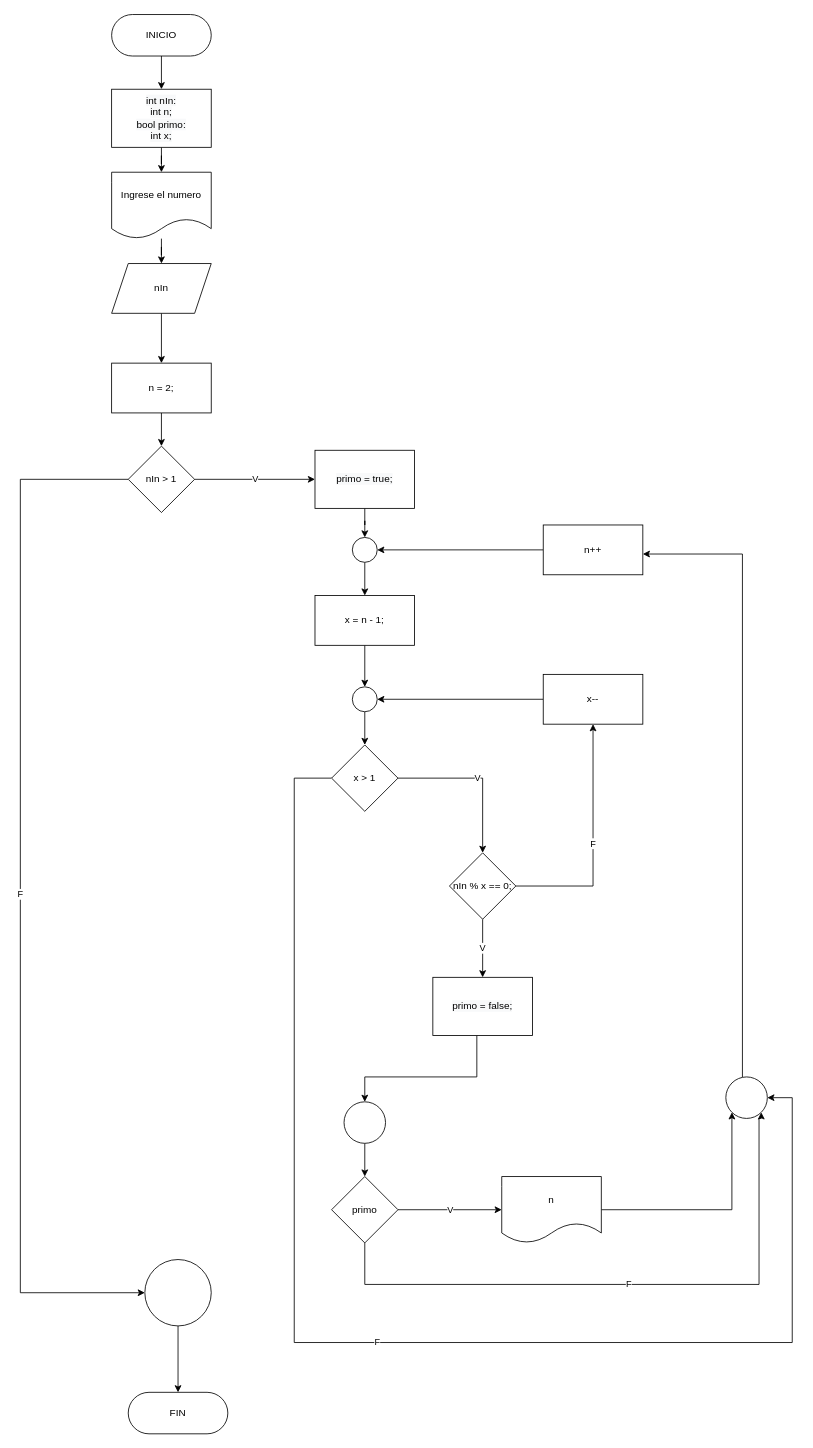
Before: Trabajo Práctico Número 1 - Algoritmos y DF/Diagramas/Ejercicio 09.drawio in Fran2109/Algoritmos_y_Estructuras_de_Datos, a draw.io diagram. Source tidied: cells renumbered, new cells numbered last; positions are measured from the earlier drawing's top-left corner, leaving out a move shared by most shapes. Both pictures are drawn from the tidied source at 83%, with x=0, y=0 at pixel (20, 14).
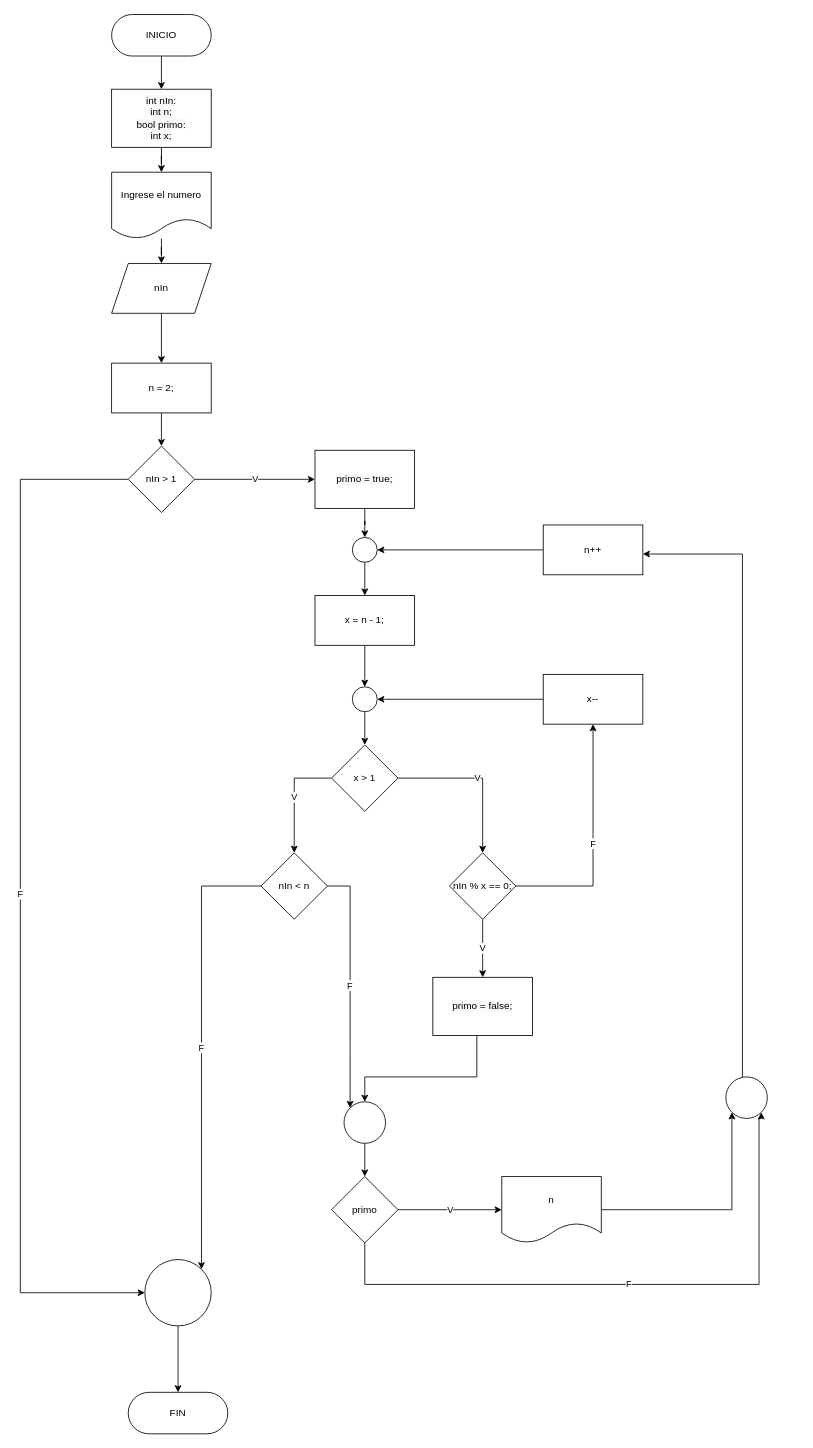
After the change.

Unchanged cells that the change refers to:
```xml
<mxCell id="20" value="x &amp;gt; 1" style="rhombus;whiteSpace=wrap;html=1;" parent="1" vertex="1">
  <mxGeometry x="375" y="880" width="80" height="80" as="geometry" />
</mxCell>
<mxCell id="36" style="ellipse;whiteSpace=wrap;html=1;" parent="1" vertex="1">
  <mxGeometry x="390" y="1310" width="50" height="50" as="geometry" />
</mxCell>
<mxCell id="42" style="ellipse;whiteSpace=wrap;html=1;" parent="1" vertex="1">
  <mxGeometry x="150" y="1500" width="80" height="80" as="geometry" />
</mxCell>
<mxCell id="46" style="ellipse;whiteSpace=wrap;html=1;" parent="1" vertex="1">
  <mxGeometry x="850" y="1280" width="50" height="50" as="geometry" />
</mxCell>
```

Change to the diagram source:
```diff
@@
-    <mxCell id="19" value="F" style="edgeStyle=orthogonalEdgeStyle;rounded=0;jettySize=auto;html=1;entryX=1;entryY=0.5;entryDx=0;entryDy=0;" parent="1" edge="1" source="20" target="46">
-      <mxGeometry relative="1" as="geometry">
-        <Array as="points">
-          <mxPoint x="330" y="920" />
-          <mxPoint x="330" y="1600" />
-          <mxPoint x="930" y="1600" />
-          <mxPoint x="930" y="1305" />
-        </Array>
-      </mxGeometry>
-    </mxCell>
+    <mxCell id="47" value="V" style="edgeStyle=orthogonalEdgeStyle;rounded=0;jettySize=auto;html=1;" parent="1" edge="1" source="20" target="50">
+      <mxGeometry relative="1" as="geometry" />
+    </mxCell>
@@
+    <mxCell id="48" value="F" style="edgeStyle=orthogonalEdgeStyle;rounded=0;jettySize=auto;html=1;entryX=0;entryY=0;entryDx=0;entryDy=0;" parent="1" edge="1" source="50" target="36">
+      <mxGeometry relative="1" as="geometry" />
+    </mxCell>
+    <mxCell id="49" value="F" style="edgeStyle=orthogonalEdgeStyle;rounded=0;jettySize=auto;html=1;entryX=1;entryY=0;entryDx=0;entryDy=0;" parent="1" edge="1" source="50" target="42">
+      <mxGeometry relative="1" as="geometry" />
+    </mxCell>
+    <mxCell id="50" value="nIn &amp;lt; n" style="rhombus;whiteSpace=wrap;html=1;" parent="1" vertex="1">
+      <mxGeometry x="290" y="1010" width="80" height="80" as="geometry" />
+    </mxCell>
```
